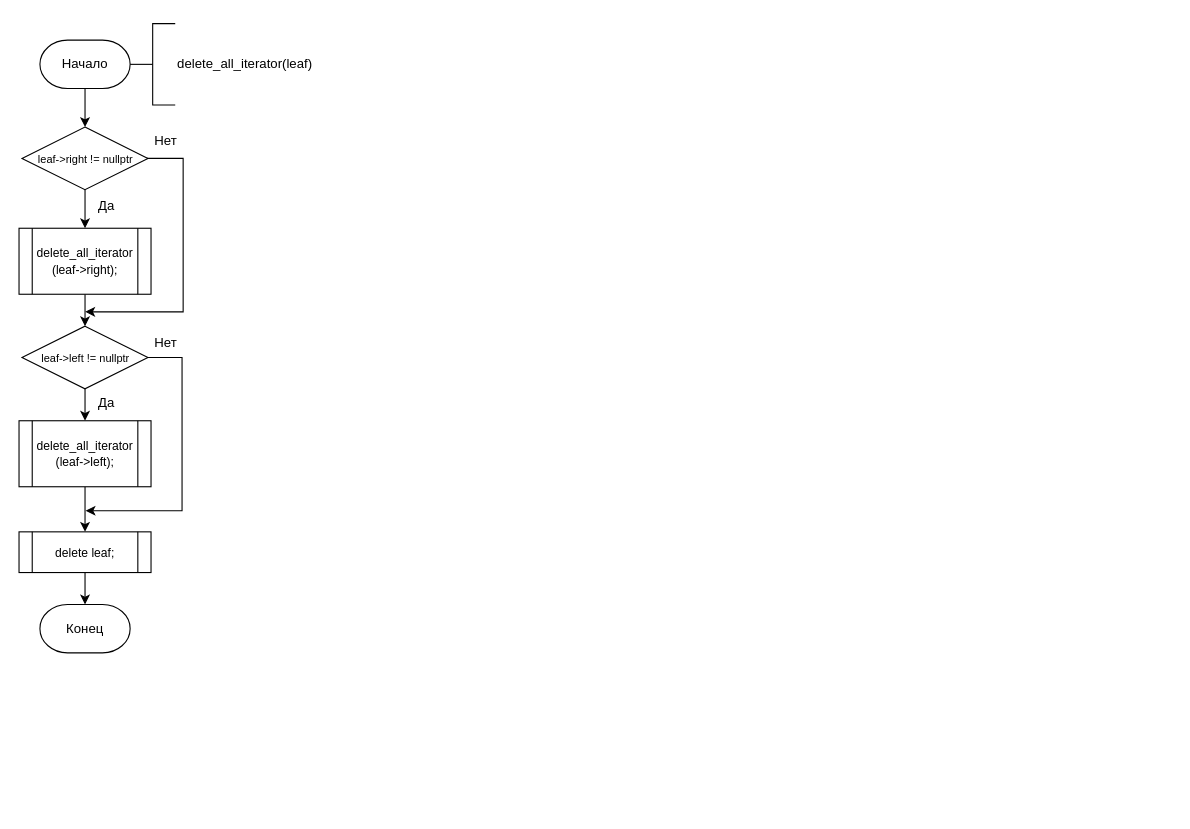
The draw.io diagram Untitled Diagram.drawio in ZoGMyKill/BSTRee, before the edit. Source tidied: cells renumbered, new cells numbered last; positions are measured from the earlier drawing's top-left corner, leaving out a move shared by most shapes. Both pictures are drawn from the tidied source at 110%, with x=0, y=0 at pixel (19, 23).
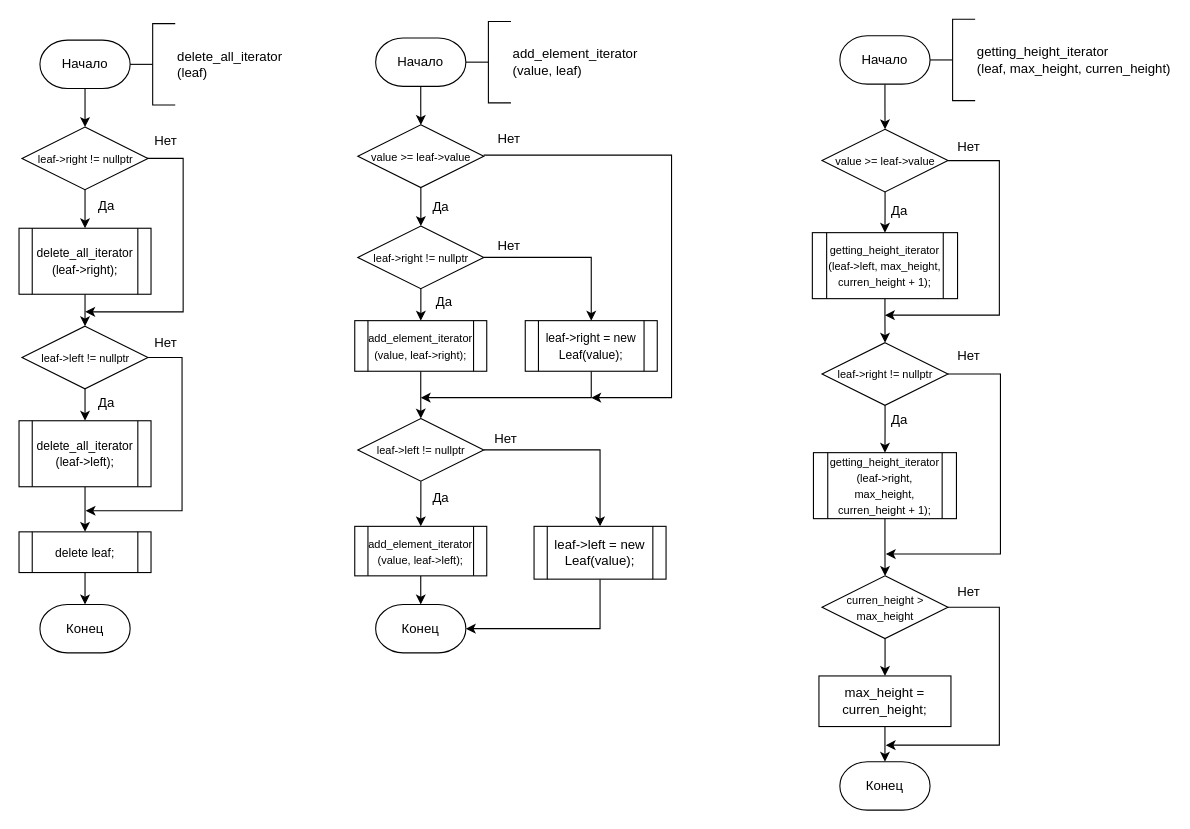
Above is the later version.

Diff of the diagram source:
```diff
@@
-    <mxCell id="21" value="delete_all_iterator(leaf)" style="strokeWidth=1;html=1;shape=mxgraph.flowchart.annotation_2;align=left;labelPosition=right;" parent="1" vertex="1">
+    <mxCell id="21" value="delete_all_iterator&lt;br&gt;(leaf)" style="strokeWidth=1;html=1;shape=mxgraph.flowchart.annotation_2;align=left;labelPosition=right;" parent="1" vertex="1">
       <mxGeometry x="100.8" width="41" height="74" as="geometry" />
     </mxCell>
+    <mxCell id="22" style="edgeStyle=orthogonalEdgeStyle;rounded=0;jettySize=auto;html=1;" parent="1" edge="1" source="23" target="27">
+      <mxGeometry relative="1" as="geometry" />
+    </mxCell>
+    <mxCell id="23" value="Начало" style="strokeWidth=1;html=1;shape=mxgraph.flowchart.terminator;whiteSpace=wrap;" parent="1" vertex="1">
+      <mxGeometry x="324" y="13" width="82" height="44" as="geometry" />
+    </mxCell>
+    <mxCell id="24" value="add_element_iterator&lt;br&gt;(value, leaf)" style="strokeWidth=1;html=1;shape=mxgraph.flowchart.annotation_2;align=left;labelPosition=right;" parent="1" vertex="1">
+      <mxGeometry x="406" y="-2" width="41" height="74" as="geometry" />
+    </mxCell>
+    <mxCell id="25" style="edgeStyle=orthogonalEdgeStyle;rounded=0;jettySize=auto;html=1;" parent="1" edge="1" source="27" target="30">
+      <mxGeometry relative="1" as="geometry" />
+    </mxCell>
+    <mxCell id="26" style="edgeStyle=orthogonalEdgeStyle;rounded=0;orthogonalLoop=1;jettySize=auto;html=1;exitX=1;exitY=0.5;exitDx=0;exitDy=0;" parent="1" edge="1">
+      <mxGeometry relative="1" as="geometry">
+        <mxPoint x="422.2" y="119.5" as="sourcePoint" />
+        <mxPoint x="520" y="340" as="targetPoint" />
+        <Array as="points">
+          <mxPoint x="593" y="119" />
+          <mxPoint x="593" y="340" />
+        </Array>
+      </mxGeometry>
+    </mxCell>
+    <mxCell id="27" value="&lt;font style=&quot;font-size: 10px&quot;&gt;value &amp;gt;= leaf-&amp;gt;value&lt;/font&gt;" style="rhombus;whiteSpace=wrap;html=1;strokeWidth=1;" parent="1" vertex="1">
+      <mxGeometry x="307.8" y="92" width="114.5" height="57" as="geometry" />
+    </mxCell>
+    <mxCell id="28" style="edgeStyle=orthogonalEdgeStyle;rounded=0;jettySize=auto;html=1;" parent="1" edge="1" source="30" target="32">
+      <mxGeometry relative="1" as="geometry" />
+    </mxCell>
+    <mxCell id="29" style="edgeStyle=orthogonalEdgeStyle;rounded=0;jettySize=auto;html=1;" parent="1" edge="1" source="30" target="34">
+      <mxGeometry relative="1" as="geometry" />
+    </mxCell>
+    <mxCell id="30" value="&lt;font style=&quot;font-size: 10px&quot;&gt;leaf-&amp;gt;right != nullptr&lt;/font&gt;" style="rhombus;whiteSpace=wrap;html=1;strokeWidth=1;" parent="1" vertex="1">
+      <mxGeometry x="307.8" y="184" width="114.5" height="57" as="geometry" />
+    </mxCell>
+    <mxCell id="31" style="edgeStyle=orthogonalEdgeStyle;rounded=0;jettySize=auto;html=1;exitX=0.5;exitY=1;exitDx=0;exitDy=0;entryX=0.5;entryY=0;entryDx=0;entryDy=0;" parent="1" edge="1" source="32" target="37">
+      <mxGeometry relative="1" as="geometry" />
+    </mxCell>
+    <mxCell id="32" value="&lt;font style=&quot;font-size: 10px&quot;&gt;add_element_iterator&lt;br&gt;(value, leaf-&amp;gt;right);&lt;/font&gt;" style="shape=process;whiteSpace=wrap;html=1;backgroundOutline=1;strokeWidth=1;" parent="1" vertex="1">
+      <mxGeometry x="305" y="270" width="120" height="46" as="geometry" />
+    </mxCell>
+    <mxCell id="33" style="edgeStyle=orthogonalEdgeStyle;rounded=0;jettySize=auto;html=1;exitX=0.5;exitY=1;exitDx=0;exitDy=0;" parent="1" edge="1" source="34">
+      <mxGeometry relative="1" as="geometry">
+        <mxPoint x="365" y="340" as="targetPoint" />
+        <Array as="points">
+          <mxPoint x="520" y="340" />
+        </Array>
+      </mxGeometry>
+    </mxCell>
+    <mxCell id="34" value="&lt;font style=&quot;font-size: 11px&quot;&gt;leaf-&amp;gt;right = new Leaf(value);&lt;/font&gt;" style="shape=process;whiteSpace=wrap;html=1;backgroundOutline=1;strokeWidth=1;" parent="1" vertex="1">
+      <mxGeometry x="460" y="270" width="120" height="46" as="geometry" />
+    </mxCell>
+    <mxCell id="35" style="edgeStyle=orthogonalEdgeStyle;rounded=0;jettySize=auto;html=1;" parent="1" edge="1" source="37" target="43">
+      <mxGeometry relative="1" as="geometry" />
+    </mxCell>
+    <mxCell id="36" style="edgeStyle=orthogonalEdgeStyle;rounded=0;jettySize=auto;html=1;" parent="1" edge="1" source="37" target="45">
+      <mxGeometry relative="1" as="geometry" />
+    </mxCell>
+    <mxCell id="37" value="&lt;font style=&quot;font-size: 10px&quot;&gt;leaf-&amp;gt;left != nullptr&lt;/font&gt;" style="rhombus;whiteSpace=wrap;html=1;strokeWidth=1;" parent="1" vertex="1">
+      <mxGeometry x="307.8" y="359" width="114.5" height="57" as="geometry" />
+    </mxCell>
+    <mxCell id="38" value="Да" style="text;html=1;align=center;verticalAlign=middle;" parent="1" vertex="1">
+      <mxGeometry x="373" y="244" width="25" height="18" as="geometry" />
+    </mxCell>
+    <mxCell id="39" value="Нет" style="text;html=1;align=center;verticalAlign=middle;" parent="1" vertex="1">
+      <mxGeometry x="429" y="193" width="31" height="18" as="geometry" />
+    </mxCell>
+    <mxCell id="40" value="Да" style="text;html=1;align=center;verticalAlign=middle;" parent="1" vertex="1">
+      <mxGeometry x="370" y="158" width="25" height="18" as="geometry" />
+    </mxCell>
+    <mxCell id="41" value="Нет" style="text;html=1;align=center;verticalAlign=middle;" parent="1" vertex="1">
+      <mxGeometry x="429" y="96" width="31" height="18" as="geometry" />
+    </mxCell>
+    <mxCell id="42" style="edgeStyle=orthogonalEdgeStyle;rounded=0;jettySize=auto;html=1;" parent="1" edge="1" source="43" target="46">
+      <mxGeometry relative="1" as="geometry" />
+    </mxCell>
+    <mxCell id="43" value="&lt;font style=&quot;font-size: 10px&quot;&gt;add_element_iterator&lt;br&gt;(value, leaf-&amp;gt;left);&lt;/font&gt;" style="shape=process;whiteSpace=wrap;html=1;backgroundOutline=1;strokeWidth=1;" parent="1" vertex="1">
+      <mxGeometry x="305" y="457" width="120" height="45" as="geometry" />
+    </mxCell>
+    <mxCell id="44" style="edgeStyle=orthogonalEdgeStyle;rounded=0;jettySize=auto;html=1;exitX=0.5;exitY=1;exitDx=0;exitDy=0;entryX=1;entryY=0.5;entryDx=0;entryDy=0;entryPerimeter=0;" parent="1" edge="1" source="45" target="46">
+      <mxGeometry relative="1" as="geometry" />
+    </mxCell>
+    <mxCell id="45" value="leaf-&amp;gt;left = new Leaf(value);" style="shape=process;whiteSpace=wrap;html=1;backgroundOutline=1;strokeWidth=1;" parent="1" vertex="1">
+      <mxGeometry x="468" y="457" width="120" height="48" as="geometry" />
+    </mxCell>
+    <mxCell id="46" value="Конец" style="strokeWidth=1;html=1;shape=mxgraph.flowchart.terminator;whiteSpace=wrap;" parent="1" vertex="1">
+      <mxGeometry x="324" y="528" width="82" height="44" as="geometry" />
+    </mxCell>
+    <mxCell id="47" value="Да" style="text;html=1;align=center;verticalAlign=middle;" parent="1" vertex="1">
+      <mxGeometry x="370" y="422" width="25" height="18" as="geometry" />
+    </mxCell>
+    <mxCell id="48" value="Нет" style="text;html=1;align=center;verticalAlign=middle;" parent="1" vertex="1">
+      <mxGeometry x="426" y="369" width="31" height="18" as="geometry" />
+    </mxCell>
+    <mxCell id="49" style="edgeStyle=orthogonalEdgeStyle;rounded=0;jettySize=auto;html=1;" parent="1" edge="1" source="50" target="54">
+      <mxGeometry relative="1" as="geometry" />
+    </mxCell>
+    <mxCell id="50" value="Начало" style="strokeWidth=1;html=1;shape=mxgraph.flowchart.terminator;whiteSpace=wrap;" parent="1" vertex="1">
+      <mxGeometry x="746" y="11" width="82" height="44" as="geometry" />
+    </mxCell>
+    <mxCell id="51" value="getting_height_iterator&lt;br&gt;(leaf, max_height, curren_height)" style="strokeWidth=1;html=1;shape=mxgraph.flowchart.annotation_2;align=left;labelPosition=right;" parent="1" vertex="1">
+      <mxGeometry x="828" y="-4" width="41" height="74" as="geometry" />
+    </mxCell>
+    <mxCell id="52" style="edgeStyle=orthogonalEdgeStyle;rounded=0;jettySize=auto;html=1;" parent="1" edge="1" source="54" target="56">
+      <mxGeometry relative="1" as="geometry" />
+    </mxCell>
+    <mxCell id="53" style="edgeStyle=orthogonalEdgeStyle;rounded=0;jettySize=auto;html=1;exitX=1;exitY=0.5;exitDx=0;exitDy=0;" parent="1" edge="1" source="54">
+      <mxGeometry relative="1" as="geometry">
+        <mxPoint x="787" y="265" as="targetPoint" />
+        <Array as="points">
+          <mxPoint x="891" y="125" />
+          <mxPoint x="891" y="265" />
+        </Array>
+      </mxGeometry>
+    </mxCell>
+    <mxCell id="54" value="&lt;font style=&quot;font-size: 10px&quot;&gt;value &amp;gt;= leaf-&amp;gt;value&lt;/font&gt;" style="rhombus;whiteSpace=wrap;html=1;strokeWidth=1;" parent="1" vertex="1">
+      <mxGeometry x="729.8" y="96" width="114.5" height="57" as="geometry" />
+    </mxCell>
+    <mxCell id="55" style="edgeStyle=orthogonalEdgeStyle;rounded=0;jettySize=auto;html=1;" parent="1" edge="1" source="56" target="59">
+      <mxGeometry relative="1" as="geometry" />
+    </mxCell>
+    <mxCell id="56" value="&lt;font style=&quot;font-size: 10px&quot;&gt;getting_height_iterator&lt;br&gt;(leaf-&amp;gt;left, max_height, curren_height + 1);&lt;/font&gt;" style="shape=process;whiteSpace=wrap;html=1;backgroundOutline=1;strokeWidth=1;" parent="1" vertex="1">
+      <mxGeometry x="721" y="190" width="132" height="60" as="geometry" />
+    </mxCell>
+    <mxCell id="57" style="edgeStyle=orthogonalEdgeStyle;rounded=0;jettySize=auto;html=1;" parent="1" edge="1" source="59" target="61">
+      <mxGeometry relative="1" as="geometry" />
+    </mxCell>
+    <mxCell id="58" style="edgeStyle=orthogonalEdgeStyle;rounded=0;jettySize=auto;html=1;exitX=1;exitY=0.5;exitDx=0;exitDy=0;" parent="1" edge="1" source="59">
+      <mxGeometry relative="1" as="geometry">
+        <mxPoint x="787.8" y="482.2" as="targetPoint" />
+        <Array as="points">
+          <mxPoint x="892" y="319" />
+          <mxPoint x="892" y="482" />
+        </Array>
+      </mxGeometry>
+    </mxCell>
+    <mxCell id="59" value="&lt;font style=&quot;font-size: 10px&quot;&gt;leaf-&amp;gt;right != nullptr&lt;/font&gt;" style="rhombus;whiteSpace=wrap;html=1;strokeWidth=1;" parent="1" vertex="1">
+      <mxGeometry x="729.8" y="290" width="114.5" height="57" as="geometry" />
+    </mxCell>
+    <mxCell id="60" style="edgeStyle=orthogonalEdgeStyle;rounded=0;jettySize=auto;html=1;" parent="1" edge="1" source="61" target="68">
+      <mxGeometry relative="1" as="geometry" />
+    </mxCell>
+    <mxCell id="61" value="&lt;font style=&quot;font-size: 10px&quot;&gt;getting_height_iterator&lt;br&gt;(leaf-&amp;gt;right, max_height, curren_height + 1);&lt;/font&gt;" style="shape=process;whiteSpace=wrap;html=1;backgroundOutline=1;strokeWidth=1;" parent="1" vertex="1">
+      <mxGeometry x="722" y="390" width="130" height="60" as="geometry" />
+    </mxCell>
+    <mxCell id="62" value="Да" style="text;html=1;align=center;verticalAlign=middle;" parent="1" vertex="1">
+      <mxGeometry x="787" y="161" width="25" height="18" as="geometry" />
+    </mxCell>
+    <mxCell id="63" value="Нет" style="text;html=1;align=center;verticalAlign=middle;" parent="1" vertex="1">
+      <mxGeometry x="847" y="103" width="31" height="18" as="geometry" />
+    </mxCell>
+    <mxCell id="64" value="Да" style="text;html=1;align=center;verticalAlign=middle;" parent="1" vertex="1">
+      <mxGeometry x="787" y="351" width="25" height="18" as="geometry" />
+    </mxCell>
+    <mxCell id="65" value="Нет" style="text;html=1;align=center;verticalAlign=middle;" parent="1" vertex="1">
+      <mxGeometry x="847" y="293" width="31" height="18" as="geometry" />
+    </mxCell>
+    <mxCell id="66" style="edgeStyle=orthogonalEdgeStyle;rounded=0;jettySize=auto;html=1;" parent="1" edge="1" source="68" target="70">
+      <mxGeometry relative="1" as="geometry" />
+    </mxCell>
+    <mxCell id="67" style="edgeStyle=orthogonalEdgeStyle;rounded=0;jettySize=auto;html=1;exitX=1;exitY=0.5;exitDx=0;exitDy=0;" parent="1" edge="1" source="68">
+      <mxGeometry relative="1" as="geometry">
+        <mxPoint x="787.7" y="655.9" as="targetPoint" />
+        <Array as="points">
+          <mxPoint x="891" y="531" />
+          <mxPoint x="891" y="656" />
+        </Array>
+      </mxGeometry>
+    </mxCell>
+    <mxCell id="68" value="&lt;div&gt;&lt;span style=&quot;font-size: 10px&quot;&gt;curren_height &amp;gt; max_height&lt;/span&gt;&lt;/div&gt;" style="rhombus;whiteSpace=wrap;html=1;strokeWidth=1;" parent="1" vertex="1">
+      <mxGeometry x="729.8" y="502" width="114.5" height="57" as="geometry" />
+    </mxCell>
+    <mxCell id="69" style="edgeStyle=orthogonalEdgeStyle;rounded=0;jettySize=auto;html=1;" parent="1" edge="1" source="70" target="71">
+      <mxGeometry relative="1" as="geometry" />
+    </mxCell>
+    <mxCell id="70" value="max_height = curren_height;" style="whiteSpace=wrap;html=1;strokeWidth=1;" parent="1" vertex="1">
+      <mxGeometry x="727" y="593" width="120" height="46" as="geometry" />
+    </mxCell>
+    <mxCell id="71" value="Конец" style="strokeWidth=1;html=1;shape=mxgraph.flowchart.terminator;whiteSpace=wrap;" parent="1" vertex="1">
+      <mxGeometry x="746" y="671" width="82" height="44" as="geometry" />
+    </mxCell>
+    <mxCell id="72" value="Нет" style="text;html=1;align=center;verticalAlign=middle;" parent="1" vertex="1">
+      <mxGeometry x="847" y="508" width="31" height="18" as="geometry" />
+    </mxCell>
```
